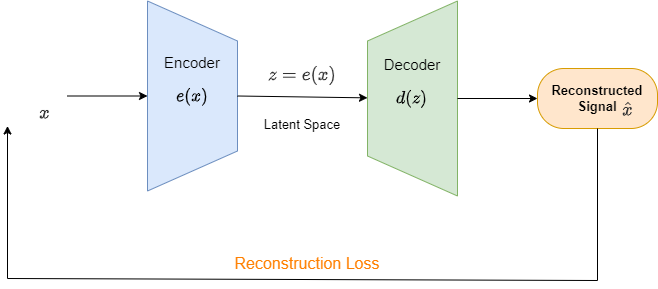
This is Guides/resources/SampleMotorDataLimerickl_auto_encoder_overall_arch.png from analogdevicesinc/MaximAI_Documentation, a draw.io export, as it was before one commit. Source tidied: cells renumbered, new cells last; positions are measured from the earlier drawing's top-left corner, leaving out a move shared by most shapes. Source of this version:
```xml
<mxGraphModel math="1">
  <root>
    <mxCell id="0" />
    <mxCell id="1" parent="0" />
    <mxCell id="2" value="&lt;font style=&quot;font-size: 15px;&quot;&gt;Encoder&lt;br&gt;$$e(x)&lt;br style=&quot;border-color: var(--border-color);&quot;&gt;$$&lt;br&gt;&lt;/font&gt;" style="shape=trapezoid;perimeter=trapezoidPerimeter;whiteSpace=wrap;html=1;fixedSize=1;direction=south;size=40;fillColor=#dae8fc;strokeColor=#6c8ebf;" parent="1" vertex="1">
      <mxGeometry x="140" y="0.5" width="90" height="190" as="geometry" />
    </mxCell>
    <mxCell id="3" value="&lt;b&gt;Reconstructed Signal&lt;/b&gt;" style="rounded=1;whiteSpace=wrap;html=1;fontSize=13;fillColor=#ffe6cc;strokeColor=#d79b00;arcSize=44;" parent="1" vertex="1">
      <mxGeometry x="530" y="68" width="120" height="60" as="geometry" />
    </mxCell>
    <mxCell id="4" style="endArrow=classic;html=1;rounded=0;exitX=0.5;exitY=0;exitDx=0;exitDy=0;" parent="1" edge="1" source="2" target="5">
      <mxGeometry relative="1" as="geometry" />
    </mxCell>
    <mxCell id="5" value="&lt;font style=&quot;font-size: 15px;&quot;&gt;Decoder&lt;br&gt;$$d(z)&lt;br style=&quot;border-color: var(--border-color);&quot;&gt;$$&lt;br&gt;&lt;/font&gt;" style="shape=trapezoid;perimeter=trapezoidPerimeter;whiteSpace=wrap;html=1;fixedSize=1;direction=north;size=40;fillColor=#d5e8d4;strokeColor=#82b366;" parent="1" vertex="1">
      <mxGeometry x="360" y="0.5" width="90" height="195" as="geometry" />
    </mxCell>
    <mxCell id="6" style="edgeStyle=orthogonalEdgeStyle;rounded=0;jettySize=auto;html=1;exitX=0.5;exitY=1;exitDx=0;exitDy=0;entryX=0;entryY=0.5;entryDx=0;entryDy=0;" parent="1" edge="1" source="5" target="3">
      <mxGeometry relative="1" as="geometry" />
    </mxCell>
    <mxCell id="7" style="edgeStyle=orthogonalEdgeStyle;rounded=0;jettySize=auto;html=1;exitX=1;exitY=0.5;exitDx=0;exitDy=0;entryX=0.5;entryY=1;entryDx=0;entryDy=0;" parent="1" edge="1" target="2">
      <mxGeometry relative="1" as="geometry">
        <mxPoint x="60" y="96" as="sourcePoint" />
      </mxGeometry>
    </mxCell>
    <mxCell id="8" value="&lt;font style=&quot;font-size: 13px;&quot;&gt;Latent Space&lt;/font&gt;" style="text;html=1;strokeColor=none;fillColor=none;align=center;verticalAlign=middle;whiteSpace=wrap;rounded=0;" parent="1" vertex="1">
      <mxGeometry x="240" y="108.5" width="110" height="30" as="geometry" />
    </mxCell>
    <mxCell id="9" style="endArrow=classic;html=1;rounded=0;exitX=0.5;exitY=1;exitDx=0;exitDy=0;entryX=0.5;entryY=1;entryDx=0;entryDy=0;" parent="1" edge="1" source="3">
      <mxGeometry relative="1" as="geometry">
        <mxPoint y="126" as="targetPoint" />
        <Array as="points">
          <mxPoint x="590" y="280" />
          <mxPoint y="278" />
        </Array>
      </mxGeometry>
    </mxCell>
    <mxCell id="10" value="&lt;font color=&quot;#ff8000&quot; style=&quot;font-size: 16px;&quot;&gt;Reconstruction Loss&lt;/font&gt;" style="text;html=1;strokeColor=none;fillColor=none;align=center;verticalAlign=middle;whiteSpace=wrap;rounded=0;" parent="1" vertex="1">
      <mxGeometry x="70" y="248" width="460" height="30" as="geometry" />
    </mxCell>
    <mxCell id="11" value="&lt;font style=&quot;font-size: 16px;&quot;&gt;&lt;br&gt;&lt;b style=&quot;border-color: var(--border-color); font-family: Helvetica; font-style: normal; font-variant-ligatures: normal; font-variant-caps: normal; letter-spacing: normal; orphans: 2; text-align: center; text-indent: 0px; text-transform: none; widows: 2; word-spacing: 0px; -webkit-text-stroke-width: 0px; background-color: rgb(251, 251, 251); text-decoration-thickness: initial; text-decoration-style: initial; text-decoration-color: initial; color: rgb(51, 51, 51);&quot;&gt;$$x$$&lt;/b&gt;&lt;br&gt;&lt;/font&gt;" style="text;html=1;strokeColor=none;fillColor=none;align=center;verticalAlign=middle;whiteSpace=wrap;rounded=0;" parent="1" vertex="1">
      <mxGeometry x="27" y="108.5" width="20" height="7" as="geometry" />
    </mxCell>
    <mxCell id="12" value="&lt;font style=&quot;font-size: 16px;&quot;&gt;&lt;br&gt;&lt;b style=&quot;border-color: var(--border-color); font-family: Helvetica; font-style: normal; font-variant-ligatures: normal; font-variant-caps: normal; letter-spacing: normal; orphans: 2; text-align: center; text-indent: 0px; text-transform: none; widows: 2; word-spacing: 0px; -webkit-text-stroke-width: 0px; background-color: rgb(251, 251, 251); text-decoration-thickness: initial; text-decoration-style: initial; text-decoration-color: initial; color: rgb(51, 51, 51);&quot;&gt;$$z=e(x)$$&lt;/b&gt;&lt;br&gt;&lt;/font&gt;" style="text;html=1;strokeColor=none;fillColor=none;align=center;verticalAlign=middle;whiteSpace=wrap;rounded=0;" parent="1" vertex="1">
      <mxGeometry x="265" y="43" width="60" height="62.5" as="geometry" />
    </mxCell>
    <mxCell id="13" value="&lt;font style=&quot;font-size: 16px;&quot;&gt;&lt;br&gt;&lt;b style=&quot;border-color: var(--border-color); font-family: Helvetica; font-style: normal; font-variant-ligatures: normal; font-variant-caps: normal; letter-spacing: normal; orphans: 2; text-align: center; text-indent: 0px; text-transform: none; widows: 2; word-spacing: 0px; -webkit-text-stroke-width: 0px; background-color: rgb(251, 251, 251); text-decoration-thickness: initial; text-decoration-style: initial; text-decoration-color: initial; color: rgb(51, 51, 51);&quot;&gt;$$\hat x$$&lt;/b&gt;&lt;br&gt;&lt;/font&gt;" style="text;html=1;strokeColor=none;fillColor=none;align=center;verticalAlign=middle;whiteSpace=wrap;rounded=0;" parent="1" vertex="1">
      <mxGeometry x="610" y="105.5" width="20" height="7" as="geometry" />
    </mxCell>
  </root>
</mxGraphModel>
```
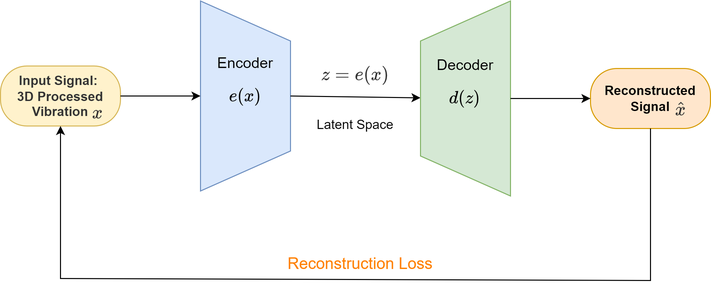
After the commit.

Commit message:
Add updated overall arch png and pdf file

Change to the diagram source:
```diff
@@ -5,46 +5,46 @@
     <mxCell id="2" value="&lt;font style=&quot;font-size: 15px;&quot;&gt;Encoder&lt;br&gt;$$e(x)&lt;br style=&quot;border-color: var(--border-color);&quot;&gt;$$&lt;br&gt;&lt;/font&gt;" style="shape=trapezoid;perimeter=trapezoidPerimeter;whiteSpace=wrap;html=1;fixedSize=1;direction=south;size=40;fillColor=#dae8fc;strokeColor=#6c8ebf;" parent="1" vertex="1">
       <mxGeometry x="140" y="0.5" width="90" height="190" as="geometry" />
     </mxCell>
-    <mxCell id="3" value="&lt;b&gt;Reconstructed Signal&lt;/b&gt;" style="rounded=1;whiteSpace=wrap;html=1;fontSize=13;fillColor=#ffe6cc;strokeColor=#d79b00;arcSize=44;" parent="1" vertex="1">
-      <mxGeometry x="530" y="68" width="120" height="60" as="geometry" />
+    <mxCell id="3" value="&lt;b style=&quot;border-color: var(--border-color); color: rgb(51, 51, 51); font-size: 13px;&quot;&gt;Input Signal:&amp;nbsp;&lt;br style=&quot;border-color: var(--border-color); font-size: 13px;&quot;&gt;3D Processed Vibration&lt;/b&gt;" style="rounded=1;whiteSpace=wrap;html=1;fontSize=13;fillColor=#fff2cc;strokeColor=#d6b656;arcSize=44;" parent="1" vertex="1">
+      <mxGeometry x="-60" y="65.5" width="120" height="60" as="geometry" />
     </mxCell>
-    <mxCell id="4" style="endArrow=classic;html=1;rounded=0;exitX=0.5;exitY=0;exitDx=0;exitDy=0;" parent="1" edge="1" source="2" target="5">
-      <mxGeometry relative="1" as="geometry" />
+    <mxCell id="4" value="&lt;b&gt;Reconstructed Signal&lt;/b&gt;" style="rounded=1;whiteSpace=wrap;html=1;fontSize=13;fillColor=#ffe6cc;strokeColor=#d79b00;arcSize=44;" parent="1" vertex="1">
+      <mxGeometry x="530" y="68" width="120" height="60" as="geometry" />
     </mxCell>
-    <mxCell id="5" value="&lt;font style=&quot;font-size: 15px;&quot;&gt;Decoder&lt;br&gt;$$d(z)&lt;br style=&quot;border-color: var(--border-color);&quot;&gt;$$&lt;br&gt;&lt;/font&gt;" style="shape=trapezoid;perimeter=trapezoidPerimeter;whiteSpace=wrap;html=1;fixedSize=1;direction=north;size=40;fillColor=#d5e8d4;strokeColor=#82b366;" parent="1" vertex="1">
-      <mxGeometry x="360" y="0.5" width="90" height="195" as="geometry" />
+    <mxCell id="5" style="endArrow=classic;html=1;rounded=0;exitX=0.5;exitY=0;exitDx=0;exitDy=0;" parent="1" edge="1" source="2" target="6">
+      <mxGeometry relative="1" as="geometry" />
     </mxCell>
-    <mxCell id="6" style="edgeStyle=orthogonalEdgeStyle;rounded=0;jettySize=auto;html=1;exitX=0.5;exitY=1;exitDx=0;exitDy=0;entryX=0;entryY=0.5;entryDx=0;entryDy=0;" parent="1" edge="1" source="5" target="3">
-      <mxGeometry relative="1" as="geometry" />
+    <mxCell id="6" value="&lt;font style=&quot;font-size: 15px;&quot;&gt;Decoder&lt;br&gt;$$d(z)&lt;br style=&quot;border-color: var(--border-color);&quot;&gt;$$&lt;br&gt;&lt;/font&gt;" style="shape=trapezoid;perimeter=trapezoidPerimeter;whiteSpace=wrap;html=1;fixedSize=1;direction=north;size=40;fillColor=#d5e8d4;strokeColor=#82b366;" parent="1" vertex="1">
+      <mxGeometry x="360" y="0.5" width="90" height="195" as="geometry" />
     </mxCell>
-    <mxCell id="7" style="edgeStyle=orthogonalEdgeStyle;rounded=0;jettySize=auto;html=1;exitX=1;exitY=0.5;exitDx=0;exitDy=0;entryX=0.5;entryY=1;entryDx=0;entryDy=0;" parent="1" edge="1" target="2">
-      <mxGeometry relative="1" as="geometry">
-        <mxPoint x="60" y="96" as="sourcePoint" />
-      </mxGeometry>
+    <mxCell id="7" style="edgeStyle=orthogonalEdgeStyle;rounded=0;jettySize=auto;html=1;exitX=0.5;exitY=1;exitDx=0;exitDy=0;entryX=0;entryY=0.5;entryDx=0;entryDy=0;" parent="1" edge="1" source="6" target="4">
+      <mxGeometry relative="1" as="geometry" />
     </mxCell>
-    <mxCell id="8" value="&lt;font style=&quot;font-size: 13px;&quot;&gt;Latent Space&lt;/font&gt;" style="text;html=1;strokeColor=none;fillColor=none;align=center;verticalAlign=middle;whiteSpace=wrap;rounded=0;" parent="1" vertex="1">
-      <mxGeometry x="240" y="108.5" width="110" height="30" as="geometry" />
+    <mxCell id="8" style="edgeStyle=orthogonalEdgeStyle;rounded=0;jettySize=auto;html=1;exitX=1;exitY=0.5;exitDx=0;exitDy=0;entryX=0.5;entryY=1;entryDx=0;entryDy=0;" parent="1" edge="1" source="3" target="2">
+      <mxGeometry relative="1" as="geometry" />
     </mxCell>
-    <mxCell id="9" style="endArrow=classic;html=1;rounded=0;exitX=0.5;exitY=1;exitDx=0;exitDy=0;entryX=0.5;entryY=1;entryDx=0;entryDy=0;" parent="1" edge="1" source="3">
-      <mxGeometry relative="1" as="geometry">
-        <mxPoint y="126" as="targetPoint" />
-        <Array as="points">
-          <mxPoint x="590" y="280" />
-          <mxPoint y="278" />
-        </Array>
-      </mxGeometry>
+    <mxCell id="9" value="&lt;font style=&quot;font-size: 13px;&quot;&gt;Latent Space&lt;/font&gt;" style="text;html=1;strokeColor=none;fillColor=none;align=center;verticalAlign=middle;whiteSpace=wrap;rounded=0;" parent="1" vertex="1">
+      <mxGeometry x="240" y="108.5" width="110" height="30" as="geometry" />
     </mxCell>
-    <mxCell id="10" value="&lt;font color=&quot;#ff8000&quot; style=&quot;font-size: 16px;&quot;&gt;Reconstruction Loss&lt;/font&gt;" style="text;html=1;strokeColor=none;fillColor=none;align=center;verticalAlign=middle;whiteSpace=wrap;rounded=0;" parent="1" vertex="1">
-      <mxGeometry x="70" y="248" width="460" height="30" as="geometry" />
+    <mxCell id="10" style="endArrow=classic;html=1;rounded=0;exitX=0.5;exitY=1;exitDx=0;exitDy=0;entryX=0.5;entryY=1;entryDx=0;entryDy=0;" parent="1" edge="1" source="4" target="3">
+      <mxGeometry relative="1" as="geometry">
+        <Array as="points">
+          <mxPoint x="590" y="280" />
+          <mxPoint y="278" />
+        </Array>
+      </mxGeometry>
     </mxCell>
-    <mxCell id="11" value="&lt;font style=&quot;font-size: 16px;&quot;&gt;&lt;br&gt;&lt;b style=&quot;border-color: var(--border-color); font-family: Helvetica; font-style: normal; font-variant-ligatures: normal; font-variant-caps: normal; letter-spacing: normal; orphans: 2; text-align: center; text-indent: 0px; text-transform: none; widows: 2; word-spacing: 0px; -webkit-text-stroke-width: 0px; background-color: rgb(251, 251, 251); text-decoration-thickness: initial; text-decoration-style: initial; text-decoration-color: initial; color: rgb(51, 51, 51);&quot;&gt;$$x$$&lt;/b&gt;&lt;br&gt;&lt;/font&gt;" style="text;html=1;strokeColor=none;fillColor=none;align=center;verticalAlign=middle;whiteSpace=wrap;rounded=0;" parent="1" vertex="1">
-      <mxGeometry x="27" y="108.5" width="20" height="7" as="geometry" />
+    <mxCell id="11" value="&lt;font color=&quot;#ff8000&quot; style=&quot;font-size: 16px;&quot;&gt;Reconstruction Loss&lt;/font&gt;" style="text;html=1;strokeColor=none;fillColor=none;align=center;verticalAlign=middle;whiteSpace=wrap;rounded=0;" parent="1" vertex="1">
+      <mxGeometry x="70" y="248" width="460" height="30" as="geometry" />
     </mxCell>
-    <mxCell id="12" value="&lt;font style=&quot;font-size: 16px;&quot;&gt;&lt;br&gt;&lt;b style=&quot;border-color: var(--border-color); font-family: Helvetica; font-style: normal; font-variant-ligatures: normal; font-variant-caps: normal; letter-spacing: normal; orphans: 2; text-align: center; text-indent: 0px; text-transform: none; widows: 2; word-spacing: 0px; -webkit-text-stroke-width: 0px; background-color: rgb(251, 251, 251); text-decoration-thickness: initial; text-decoration-style: initial; text-decoration-color: initial; color: rgb(51, 51, 51);&quot;&gt;$$z=e(x)$$&lt;/b&gt;&lt;br&gt;&lt;/font&gt;" style="text;html=1;strokeColor=none;fillColor=none;align=center;verticalAlign=middle;whiteSpace=wrap;rounded=0;" parent="1" vertex="1">
-      <mxGeometry x="265" y="43" width="60" height="62.5" as="geometry" />
+    <mxCell id="12" value="&lt;font style=&quot;font-size: 16px;&quot;&gt;&lt;br&gt;&lt;b style=&quot;border-color: var(--border-color); font-family: Helvetica; font-style: normal; font-variant-ligatures: normal; font-variant-caps: normal; letter-spacing: normal; orphans: 2; text-align: center; text-indent: 0px; text-transform: none; widows: 2; word-spacing: 0px; -webkit-text-stroke-width: 0px; background-color: rgb(251, 251, 251); text-decoration-thickness: initial; text-decoration-style: initial; text-decoration-color: initial; color: rgb(51, 51, 51);&quot;&gt;$$x$$&lt;/b&gt;&lt;br&gt;&lt;/font&gt;" style="text;html=1;strokeColor=none;fillColor=none;align=center;verticalAlign=middle;whiteSpace=wrap;rounded=0;" parent="1" vertex="1">
+      <mxGeometry x="27" y="108.5" width="20" height="7" as="geometry" />
     </mxCell>
-    <mxCell id="13" value="&lt;font style=&quot;font-size: 16px;&quot;&gt;&lt;br&gt;&lt;b style=&quot;border-color: var(--border-color); font-family: Helvetica; font-style: normal; font-variant-ligatures: normal; font-variant-caps: normal; letter-spacing: normal; orphans: 2; text-align: center; text-indent: 0px; text-transform: none; widows: 2; word-spacing: 0px; -webkit-text-stroke-width: 0px; background-color: rgb(251, 251, 251); text-decoration-thickness: initial; text-decoration-style: initial; text-decoration-color: initial; color: rgb(51, 51, 51);&quot;&gt;$$\hat x$$&lt;/b&gt;&lt;br&gt;&lt;/font&gt;" style="text;html=1;strokeColor=none;fillColor=none;align=center;verticalAlign=middle;whiteSpace=wrap;rounded=0;" parent="1" vertex="1">
-      <mxGeometry x="610" y="105.5" width="20" height="7" as="geometry" />
+    <mxCell id="13" value="&lt;font style=&quot;font-size: 16px;&quot;&gt;&lt;br&gt;&lt;b style=&quot;border-color: var(--border-color); font-family: Helvetica; font-style: normal; font-variant-ligatures: normal; font-variant-caps: normal; letter-spacing: normal; orphans: 2; text-align: center; text-indent: 0px; text-transform: none; widows: 2; word-spacing: 0px; -webkit-text-stroke-width: 0px; background-color: rgb(251, 251, 251); text-decoration-thickness: initial; text-decoration-style: initial; text-decoration-color: initial; color: rgb(51, 51, 51);&quot;&gt;$$z=e(x)$$&lt;/b&gt;&lt;br&gt;&lt;/font&gt;" style="text;html=1;strokeColor=none;fillColor=none;align=center;verticalAlign=middle;whiteSpace=wrap;rounded=0;" parent="1" vertex="1">
+      <mxGeometry x="265" y="43" width="60" height="62.5" as="geometry" />
     </mxCell>
+    <mxCell id="14" value="&lt;font style=&quot;font-size: 16px;&quot;&gt;&lt;br&gt;&lt;b style=&quot;border-color: var(--border-color); font-family: Helvetica; font-style: normal; font-variant-ligatures: normal; font-variant-caps: normal; letter-spacing: normal; orphans: 2; text-align: center; text-indent: 0px; text-transform: none; widows: 2; word-spacing: 0px; -webkit-text-stroke-width: 0px; background-color: rgb(251, 251, 251); text-decoration-thickness: initial; text-decoration-style: initial; text-decoration-color: initial; color: rgb(51, 51, 51);&quot;&gt;$$\hat x$$&lt;/b&gt;&lt;br&gt;&lt;/font&gt;" style="text;html=1;strokeColor=none;fillColor=none;align=center;verticalAlign=middle;whiteSpace=wrap;rounded=0;" parent="1" vertex="1">
+      <mxGeometry x="610" y="105.5" width="20" height="7" as="geometry" />
+    </mxCell>
   </root>
 </mxGraphModel>
```
